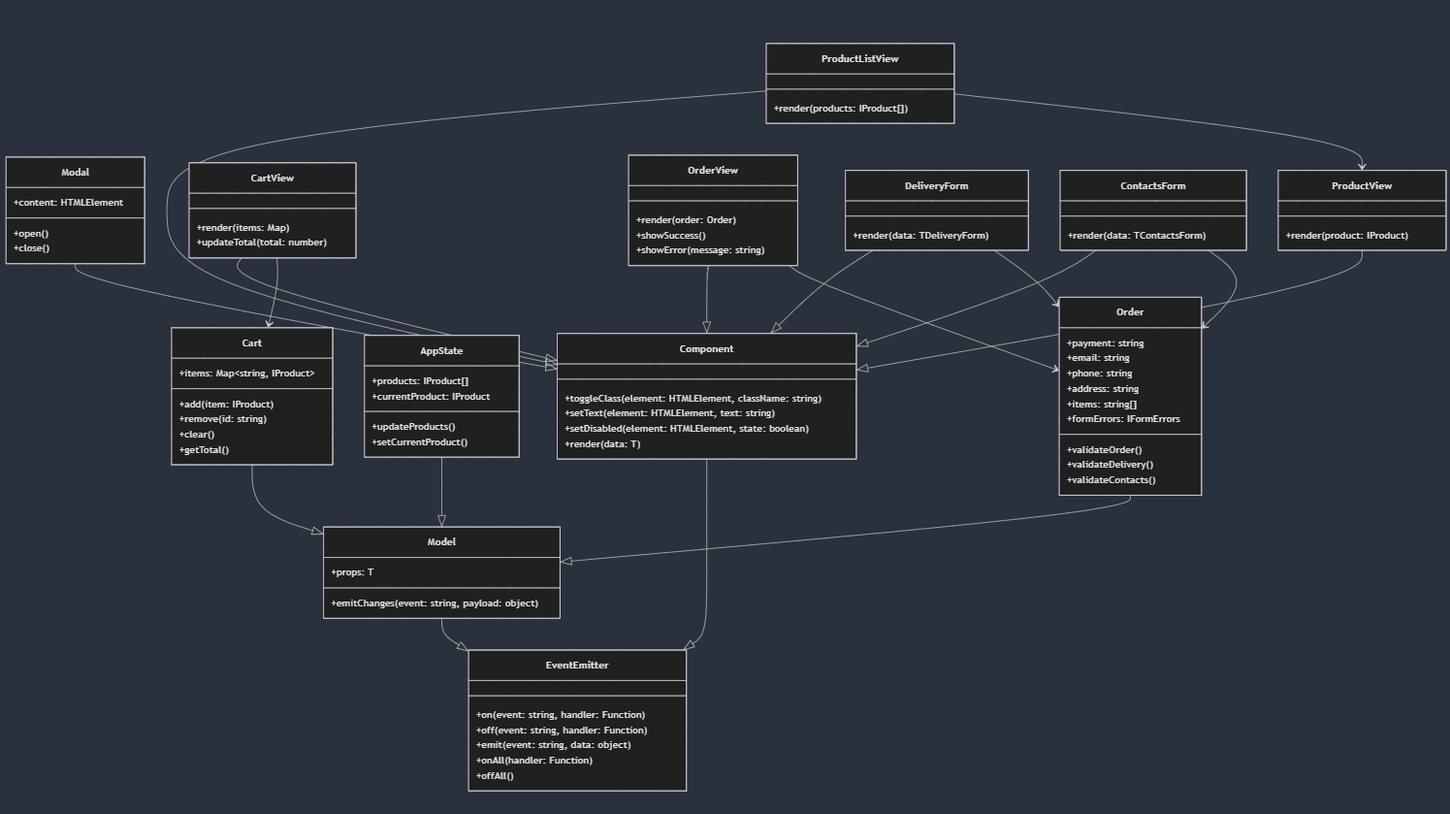
This is architecture.png from BorisTestov/web-larek-frontend, a Mermaid export, as it was before one commit. Its source is kept beside it as architecture.mermaid.
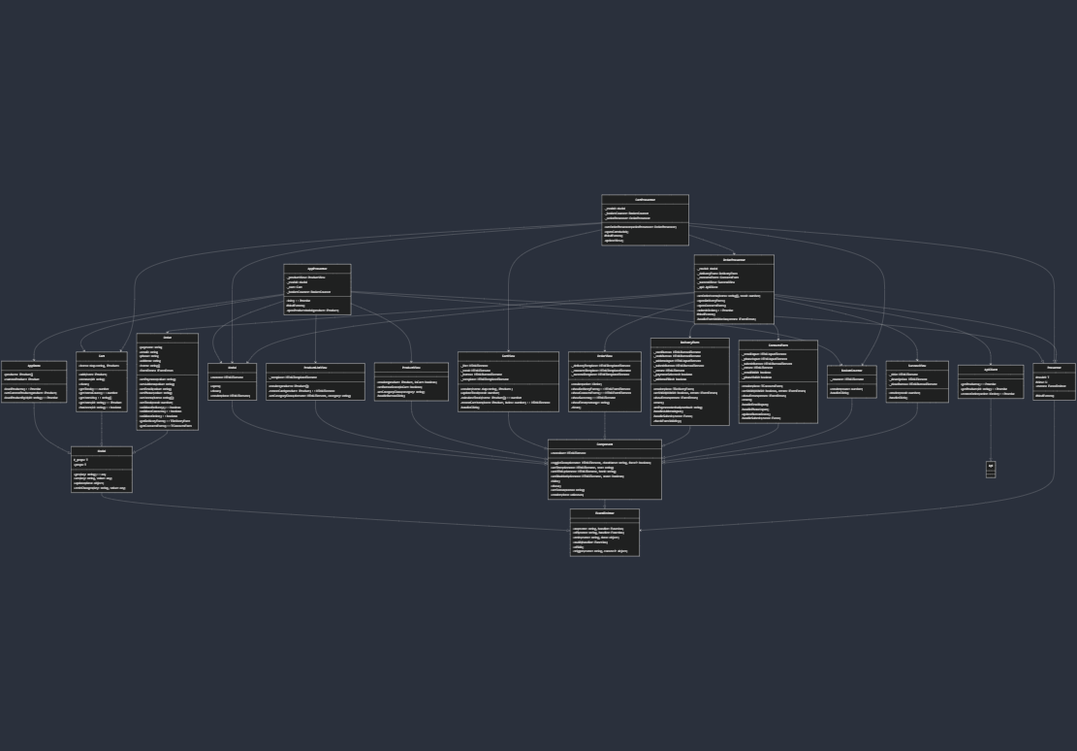
Above is the later version.

Commit message:
Update architecture desc

Diff of the diagram source:
```diff
@@ -5,31 +5,56 @@
         +emit(event: string, data: object)
         +onAll(handler: Function)
         +offAll()
+        +trigger(event: string, context?: object)
     }
 
     class Component {
-        +toggleClass(element: HTMLElement, className: string)
+        +container: HTMLElement
+        +toggleClass(element: HTMLElement, className: string, force?: boolean)
         +setText(element: HTMLElement, text: string)
+        +setHTML(element: HTMLElement, html: string)
         +setDisabled(element: HTMLElement, state: boolean)
-        +render(data: T)
+        +hide()
+        +show()
+        +setStatus(status: string)
+        +render(data: unknown)
+    }
+
+    class Presenter {
+        #model: T
+        #view: U
+        +events: EventEmitter
+        #bindEvents()
     }
 
     class Model {
+        #_props: T
+        +get(key: string): any
+        +set(key: string, value: any)
+        +update(data: object)
+        +emitChanges(key: string, value: any)
         +props: T
-        +emitChanges(event: string, payload: object)
     }
 
     class Modal {
         +content: HTMLElement
         +open()
         +close()
+        +render(data: HTMLElement)
+    }
+
+    class ApiClient {
+        +getProducts(): Promise<IProductsResponse>
+        +getProduct(id: string): Promise<IProduct>
+        +createOrder(order: IOrder): Promise<IOrderResult>
     }
 
     class AppState {
         +products: IProduct[]
         +currentProduct: IProduct
-        +updateProducts()
-        +setCurrentProduct()
+        +loadProducts(): Promise<void>
+        +setCurrentProduct(product: IProduct)
+        +loadProductById(id: string): Promise<void>
     }
 
     class Cart {
@@ -37,7 +62,11 @@
         +add(item: IProduct)
         +remove(id: string)
         +clear()
-        +getTotal()
+        +getTotal(): number
+        +getItemsCount(): number
+        +getItemIds(): string[]
+        +getItem(id: string): IProduct
+        +hasItem(id: string): boolean
     }
 
     class Order {
@@ -47,36 +76,138 @@
         +address: string
         +items: string[]
         +formErrors: IFormErrors
-        +validateOrder()
-        +validateDelivery()
-        +validateContacts()
+        +setPayment(value: string)
+        +setAddress(value: string)
+        +setEmail(value: string)
+        +setPhone(value: string)
+        +setItems(items: string[])
+        +setTotal(total: number)
+        +validateDelivery(): boolean
+        +validateContacts(): boolean
+        +validateOrder(): boolean
+        +getDeliveryForm(): TDeliveryForm
+        +getContactsForm(): TContactsForm
     }
 
     class ProductListView {
+        -_template: HTMLTemplateElement
         +render(products: IProduct[])
+        -createCard(product: IProduct): HTMLElement
+        -setCategoryClass(element: HTMLElement, category: string)
     }
 
     class ProductView {
-        +render(product: IProduct)
+        +render(product: IProduct, inCart: boolean)
+        +setButtonState(inCart: boolean)
+        -setCategoryClass(category: string)
+        -handleButtonClick()
     }
 
     class CartView {
-        +render(items: Map)
+        -_list: HTMLElement
+        -_total: HTMLElement
+        -_button: HTMLButtonElement
+        -_template: HTMLTemplateElement
+        +render(items: Map~string, IProduct~)
         +updateTotal(total: number)
+        -calculateTotal(items: IProduct[]): number
+        -createCartItem(item: IProduct, index: number): HTMLElement
+        -handleClick()
+    }
+
+    class BasketCounter {
+        -_counter: HTMLElement
+        +render(count: number)
+        -handleClick()
     }
 
     class OrderView {
-        +render(order: Order)
-        +showSuccess()
+        -_deliveryTemplate: HTMLTemplateElement
+        -_contactsTemplate: HTMLTemplateElement
+        -_successTemplate: HTMLTemplateElement
+        +render(order: IOrder)
+        +showDeliveryForm(): HTMLFormElement
+        +showContactsForm(): HTMLFormElement
+        +showSuccess(): HTMLElement
         +showError(message: string)
+        -clear()
     }
 
     class DeliveryForm {
+        -_cardButton: HTMLButtonElement
+        -_cashButton: HTMLButtonElement
+        -_addressInput: HTMLInputElement
+        -_submitButton: HTMLButtonElement
+        -_errors: HTMLElement
+        -_paymentSelected: boolean
+        -_addressFilled: boolean
         +render(data: TDeliveryForm)
+        +setValid(isValid: boolean, errors: IFormErrors)
+        +showErrors(errors: IFormErrors)
+        +reset()
+        -setPaymentMethod(method: string)
+        -handleAddressInput()
+        -handleSubmit(event: Event)
+        -checkFormValidity()
     }
 
     class ContactsForm {
+        -_emailInput: HTMLInputElement
+        -_phoneInput: HTMLInputElement
+        -_submitButton: HTMLButtonElement
+        -_errors: HTMLElement
+        -_emailValid: boolean
+        -_phoneValid: boolean
         +render(data: TContactsForm)
+        +setValid(isValid: boolean, errors: IFormErrors)
+        +showErrors(errors: IFormErrors)
+        +reset()
+        -handleEmailInput()
+        -handlePhoneInput()
+        -updateButtonState()
+        -handleSubmit(event: Event)
+    }
+
+    class SuccessView {
+        -_title: HTMLElement
+        -_description: HTMLElement
+        -_closeButton: HTMLButtonElement
+        +render(total: number)
+        -handleClick()
+    }
+
+    class AppPresenter {
+        -_productView: ProductView
+        -_modal: Modal
+        -_cart: Cart
+        -_basketCounter: BasketCounter
+        +init(): Promise<void>
+        #bindEvents()
+        -openProductModal(product: IProduct)
+    }
+
+    class CartPresenter {
+        -_modal: Modal
+        -_basketCounter: BasketCounter
+        -_orderPresenter: OrderPresenter
+        +setOrderPresenter(orderPresenter: OrderPresenter)
+        +openCartModal()
+        #bindEvents()
+        -updateView()
+    }
+
+    class OrderPresenter {
+        -_modal: Modal
+        -_deliveryForm: DeliveryForm
+        -_contactsForm: ContactsForm
+        -_successView: SuccessView
+        -_api: ApiClient
+        +setOrderItems(items: string[], total: number)
+        +openDeliveryForm()
+        +openContactsForm()
+        +submitOrder(): Promise<void>
+        #bindEvents()
+        -handleFormValidation(errors: IFormErrors)
     }
 
     Model --|> EventEmitter
@@ -88,12 +219,35 @@
     OrderView --|> Component
     DeliveryForm --|> Component
     ContactsForm --|> Component
+    BasketCounter --|> Component
+    SuccessView --|> Component
     AppState --|> Model
     Cart --|> Model
     Order --|> Model
+    ApiClient --|> Api
 
-    ProductListView --> ProductView
-    CartView --> Cart
-    OrderView --> Order
-    DeliveryForm --> Order
-    ContactsForm --> Order
+    Presenter --> EventEmitter
+    AppPresenter --|> Presenter
+    CartPresenter --|> Presenter
+    OrderPresenter --|> Presenter
+
+    AppPresenter --> AppState
+    AppPresenter --> ProductListView
+    AppPresenter --> ProductView
+    AppPresenter --> Modal
+    AppPresenter --> Cart
+    AppPresenter --> BasketCounter
+
+    CartPresenter --> Cart
+    CartPresenter --> CartView
+    CartPresenter --> Modal
+    CartPresenter --> BasketCounter
+    CartPresenter --> OrderPresenter
+
+    OrderPresenter --> Order
+    OrderPresenter --> OrderView
+    OrderPresenter --> Modal
+    OrderPresenter --> ApiClient
+    OrderPresenter --> DeliveryForm
+    OrderPresenter --> ContactsForm
+    OrderPresenter --> SuccessView
```
